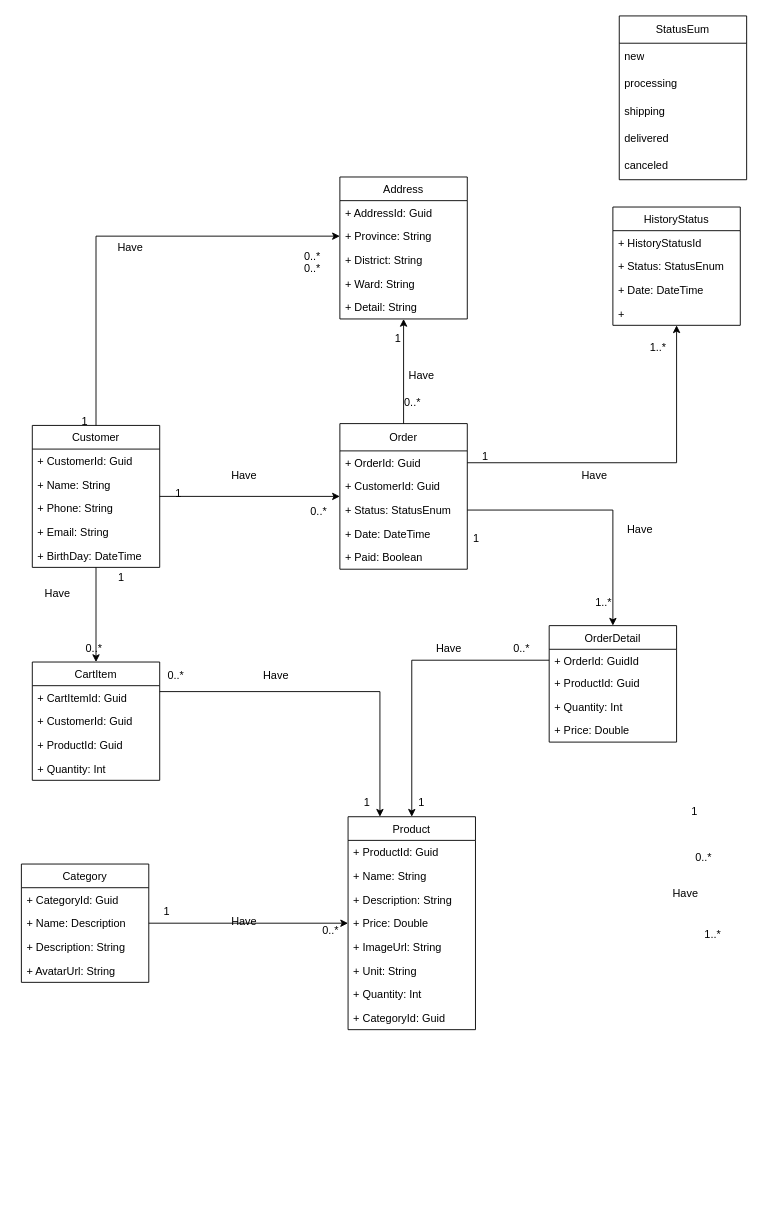
This is ClassDiagram.drawio from cuongcamauit/LandP, a draw.io file, before an edit. Source tidied: cells renumbered, new cells numbered last; positions are measured from the earlier drawing's top-left corner, leaving out a move shared by most shapes. Both pictures are drawn from the tidied source at 91%, with x=0, y=0 at pixel (21, 15).
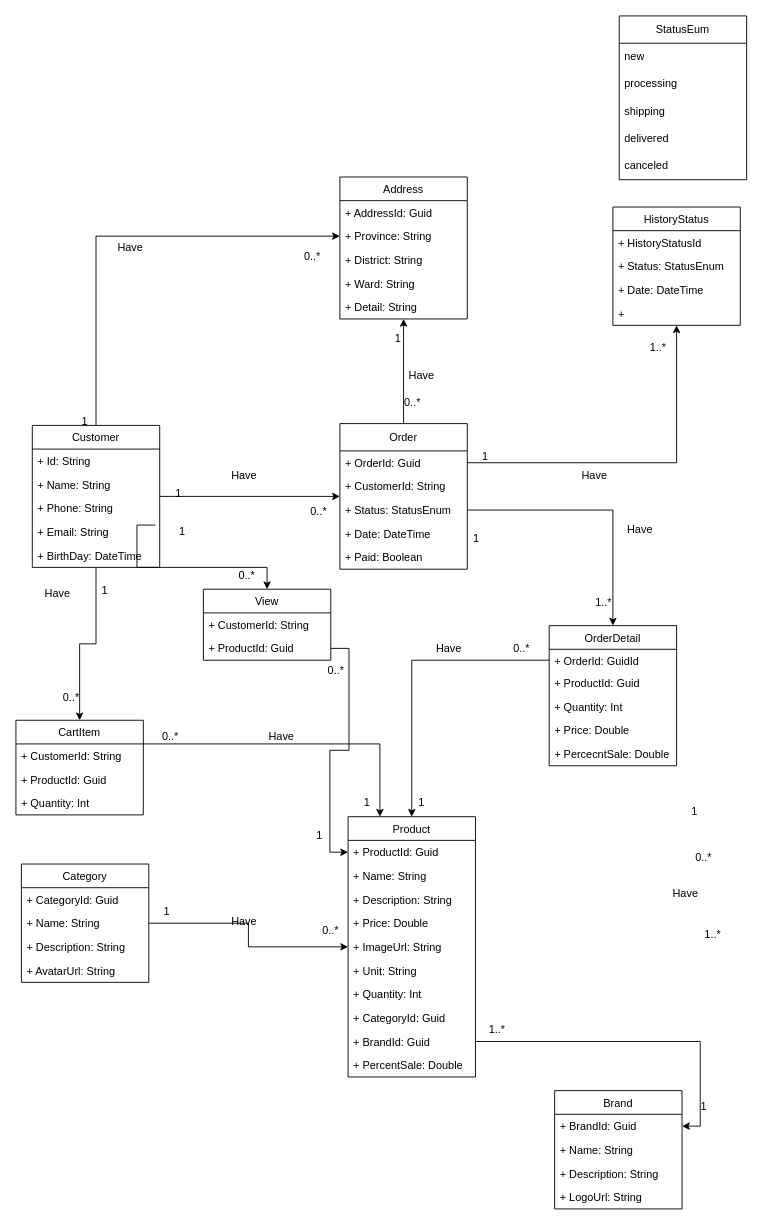
The same diagram, later.

Unchanged cells that the change refers to:
```xml
<mxCell id="2" value="Category" style="swimlane;fontStyle=0;horizontal=1;startSize=26;fillColor=none;" parent="1" vertex="1">
  <mxGeometry y="932" width="140" height="130" as="geometry" />
</mxCell>
<mxCell id="20" value="Order" style="swimlane;fontStyle=0;horizontal=1;startSize=30;fillColor=none;" parent="1" vertex="1">
  <mxGeometry x="350" y="448" width="140" height="160" as="geometry" />
</mxCell>
<mxCell id="52" style="group;" parent="1" vertex="1">
  <mxGeometry x="40" y="263" width="310" height="343" as="geometry" />
</mxCell>
<mxCell id="55" value="Customer" style="swimlane;fontStyle=0;horizontal=1;startSize=26;fillColor=none;" parent="52" vertex="1">
  <mxGeometry x="-28" y="187" width="140" height="156" as="geometry" />
</mxCell>
<mxCell id="77" style="group;" parent="1" vertex="1">
  <mxGeometry x="410" y="680" width="170" height="382" as="geometry" />
</mxCell>
<mxCell id="81" value="+ ProductId: Guid" style="text;strokeColor=none;fillColor=none;align=left;verticalAlign=top;spacingLeft=4;spacingRight=4;overflow=hidden;points=[[0,0.5],[1,0.5]];portConstraint=eastwest;" parent="80" vertex="1">
  <mxGeometry y="26" width="140" height="26" as="geometry" />
</mxCell>
```

The edit, as a diff of the source:
```diff
@@
-    <mxCell id="4" value="+ Name: Description" style="text;strokeColor=none;fillColor=none;align=left;verticalAlign=top;spacingLeft=4;spacingRight=4;overflow=hidden;" parent="2" vertex="1">
+    <mxCell id="4" value="+ Name: String" style="text;strokeColor=none;fillColor=none;align=left;verticalAlign=top;spacingLeft=4;spacingRight=4;overflow=hidden;" parent="2" vertex="1">
       <mxGeometry y="52" width="140" height="26" as="geometry" />
     </mxCell>
@@
     <mxCell id="8" value="CartItem" style="swimlane;fontStyle=0;horizontal=1;startSize=26;fillColor=none;" parent="1" vertex="1">
-      <mxGeometry x="12" y="710" width="140" height="130" as="geometry" />
+      <mxGeometry x="-6" y="774" width="140" height="104" as="geometry" />
     </mxCell>
-    <mxCell id="9" value="+ CartItemId: Guid" style="text;strokeColor=none;fillColor=none;align=left;verticalAlign=top;spacingLeft=4;spacingRight=4;overflow=hidden;" parent="8" vertex="1">
-      <mxGeometry y="26" width="140" height="26" as="geometry" />
-    </mxCell>
-    <mxCell id="10" value="+ CustomerId: Guid" style="text;strokeColor=none;fillColor=none;align=left;verticalAlign=top;spacingLeft=4;spacingRight=4;overflow=hidden;" parent="8" vertex="1">
-      <mxGeometry y="52" width="140" height="26" as="geometry" />
+    <mxCell id="10" value="+ CustomerId: String" style="text;strokeColor=none;fillColor=none;align=left;verticalAlign=top;spacingLeft=4;spacingRight=4;overflow=hidden;" parent="8" vertex="1">
+      <mxGeometry y="26" width="140" height="26" as="geometry" />
     </mxCell>
     <mxCell id="11" value="+ ProductId: Guid" style="text;strokeColor=none;fillColor=none;align=left;verticalAlign=top;spacingLeft=4;spacingRight=4;overflow=hidden;" parent="8" vertex="1">
-      <mxGeometry y="78" width="140" height="26" as="geometry" />
+      <mxGeometry y="52" width="140" height="26" as="geometry" />
     </mxCell>
     <mxCell id="12" value="+ Quantity: Int" style="text;strokeColor=none;fillColor=none;align=left;verticalAlign=top;spacingLeft=4;spacingRight=4;overflow=hidden;" parent="8" vertex="1">
-      <mxGeometry y="104" width="140" height="26" as="geometry" />
+      <mxGeometry y="78" width="140" height="26" as="geometry" />
     </mxCell>
@@
-    <mxCell id="22" value="+ CustomerId: Guid" style="text;strokeColor=none;fillColor=none;align=left;verticalAlign=top;spacingLeft=4;spacingRight=4;overflow=hidden;" parent="20" vertex="1">
+    <mxCell id="22" value="+ CustomerId: String" style="text;strokeColor=none;fillColor=none;align=left;verticalAlign=top;spacingLeft=4;spacingRight=4;overflow=hidden;" parent="20" vertex="1">
       <mxGeometry y="56" width="140" height="26" as="geometry" />
     </mxCell>
@@
     <mxCell id="26" value="OrderDetail" style="swimlane;fontStyle=0;horizontal=1;startSize=26;fillColor=none;" parent="1" vertex="1">
-      <mxGeometry x="580" y="670" width="140" height="128" as="geometry" />
+      <mxGeometry x="580" y="670" width="140" height="154" as="geometry" />
     </mxCell>
@@
+    <mxCell id="104" value="+ PercecntSale: Double" style="text;strokeColor=none;fillColor=none;align=left;verticalAlign=top;spacingLeft=4;spacingRight=4;overflow=hidden;" parent="26" vertex="1">
+      <mxGeometry y="128" width="140" height="26" as="geometry" />
+    </mxCell>
@@
     <mxCell id="36" value="0..*" style="text;html=1;strokeColor=none;fillColor=none;align=center;verticalAlign=middle;whiteSpace=wrap;rounded=0;" parent="1" vertex="1">
-      <mxGeometry x="140" y="710" width="60" height="30" as="geometry" />
+      <mxGeometry x="134" y="777" width="60" height="30" as="geometry" />
     </mxCell>
@@
     <mxCell id="46" style="group;" parent="1" vertex="1">
-      <mxGeometry x="50" y="602" width="90" height="108" as="geometry" />
+      <mxGeometry x="18" y="609" width="111" height="163" as="geometry" />
     </mxCell>
     <mxCell id="47" value="1" style="text;html=1;strokeColor=none;fillColor=none;align=center;verticalAlign=middle;whiteSpace=wrap;rounded=0;" parent="46" vertex="1">
-      <mxGeometry x="30" width="60" height="30" as="geometry" />
+      <mxGeometry x="37" width="74" height="45.3" as="geometry" />
     </mxCell>
     <mxCell id="48" value="0..*" style="text;html=1;strokeColor=none;fillColor=none;align=center;verticalAlign=middle;whiteSpace=wrap;rounded=0;" parent="46" vertex="1">
-      <mxGeometry y="78" width="60" height="30" as="geometry" />
+      <mxGeometry y="117.7" width="74" height="45.3" as="geometry" />
     </mxCell>
@@
-    <mxCell id="54" value="0..*" style="text;html=1;strokeColor=none;fillColor=none;align=center;verticalAlign=middle;whiteSpace=wrap;rounded=0;" parent="52" vertex="1">
-      <mxGeometry x="250" width="60" height="30" as="geometry" />
-    </mxCell>
@@
-    <mxCell id="56" value="+ CustomerId: Guid" style="text;strokeColor=none;fillColor=none;align=left;verticalAlign=top;spacingLeft=4;spacingRight=4;overflow=hidden;" parent="55" vertex="1">
+    <mxCell id="56" value="+ Id: String" style="text;strokeColor=none;fillColor=none;align=left;verticalAlign=top;spacingLeft=4;spacingRight=4;overflow=hidden;" parent="55" vertex="1">
       <mxGeometry y="26" width="140" height="26" as="geometry" />
     </mxCell>
@@
+    <mxCell id="105" value="1" style="text;html=1;strokeColor=none;fillColor=none;align=center;verticalAlign=middle;whiteSpace=wrap;rounded=0;" parent="52" vertex="1">
+      <mxGeometry x="107" y="289" width="60" height="30" as="geometry" />
+    </mxCell>
@@
     <mxCell id="75" value="Have" style="text;html=1;strokeColor=none;fillColor=none;align=center;verticalAlign=middle;whiteSpace=wrap;rounded=0;" parent="1" vertex="1">
-      <mxGeometry x="250" y="710" width="60" height="30" as="geometry" />
+      <mxGeometry x="256" y="777" width="60" height="30" as="geometry" />
     </mxCell>
@@
     <mxCell id="80" value="Product" style="swimlane;fontStyle=0;horizontal=1;startSize=26;fillColor=none;" parent="77" vertex="1">
-      <mxGeometry x="-51" y="200" width="140" height="234" as="geometry" />
+      <mxGeometry x="-51" y="200" width="140" height="286" as="geometry" />
     </mxCell>
@@
+    <mxCell id="106" value="+ BrandId: Guid" style="text;strokeColor=none;fillColor=none;align=left;verticalAlign=top;spacingLeft=4;spacingRight=4;overflow=hidden;points=[[0,0.5],[1,0.5]];portConstraint=eastwest;" parent="80" vertex="1">
+      <mxGeometry y="234" width="140" height="26" as="geometry" />
+    </mxCell>
+    <mxCell id="107" value="+ PercentSale: Double" style="text;strokeColor=none;fillColor=none;align=left;verticalAlign=top;spacingLeft=4;spacingRight=4;overflow=hidden;" parent="80" vertex="1">
+      <mxGeometry y="260" width="140" height="26" as="geometry" />
+    </mxCell>
@@
+    <mxCell id="108" value="View" style="swimlane;fontStyle=0;horizontal=1;startSize=26;fillColor=none;" parent="1" vertex="1">
+      <mxGeometry x="200" y="630" width="140" height="78" as="geometry" />
+    </mxCell>
+    <mxCell id="109" value="+ CustomerId: String" style="text;strokeColor=none;fillColor=none;align=left;verticalAlign=top;spacingLeft=4;spacingRight=4;overflow=hidden;" parent="108" vertex="1">
+      <mxGeometry y="26" width="140" height="26" as="geometry" />
+    </mxCell>
+    <mxCell id="110" value="+ ProductId: Guid" style="text;strokeColor=none;fillColor=none;align=left;verticalAlign=top;spacingLeft=4;spacingRight=4;overflow=hidden;points=[[0,0.5],[1,0.5]];portConstraint=eastwest;" parent="108" vertex="1">
+      <mxGeometry y="52" width="140" height="26" as="geometry" />
+    </mxCell>
+    <mxCell id="111" style="edgeStyle=orthogonalEdgeStyle;rounded=0;jettySize=auto;html=1;exitX=1;exitY=0.5;exitDx=0;exitDy=0;entryX=0;entryY=0.5;entryDx=0;entryDy=0;" parent="1" edge="1" source="110" target="81">
+      <mxGeometry relative="1" as="geometry" />
+    </mxCell>
+    <mxCell id="112" value="Brand" style="swimlane;fontStyle=0;horizontal=1;startSize=26;fillColor=none;" parent="1" vertex="1">
+      <mxGeometry x="586" y="1181" width="140" height="130" as="geometry" />
+    </mxCell>
+    <mxCell id="113" value="+ BrandId: Guid" style="text;strokeColor=none;fillColor=none;align=left;verticalAlign=top;spacingLeft=4;spacingRight=4;overflow=hidden;points=[[0,0.5],[1,0.5]];portConstraint=eastwest;" parent="112" vertex="1">
+      <mxGeometry y="26" width="140" height="26" as="geometry" />
+    </mxCell>
+    <mxCell id="114" value="+ Name: String" style="text;strokeColor=none;fillColor=none;align=left;verticalAlign=top;spacingLeft=4;spacingRight=4;overflow=hidden;" parent="112" vertex="1">
+      <mxGeometry y="52" width="140" height="26" as="geometry" />
+    </mxCell>
+    <mxCell id="115" value="+ Description: String" style="text;strokeColor=none;fillColor=none;align=left;verticalAlign=top;spacingLeft=4;spacingRight=4;overflow=hidden;" parent="112" vertex="1">
+      <mxGeometry y="78" width="140" height="26" as="geometry" />
+    </mxCell>
+    <mxCell id="116" value="+ LogoUrl: String" style="text;strokeColor=none;fillColor=none;align=left;verticalAlign=top;spacingLeft=4;spacingRight=4;overflow=hidden;" parent="112" vertex="1">
+      <mxGeometry y="104" width="140" height="26" as="geometry" />
+    </mxCell>
+    <mxCell id="117" style="edgeStyle=orthogonalEdgeStyle;rounded=0;jettySize=auto;html=1;exitX=1;exitY=0.5;exitDx=0;exitDy=0;entryX=1;entryY=0.5;entryDx=0;entryDy=0;" parent="1" edge="1" source="106" target="113">
+      <mxGeometry relative="1" as="geometry" />
+    </mxCell>
+    <mxCell id="118" value="1" style="text;html=1;strokeColor=none;fillColor=none;align=center;verticalAlign=middle;whiteSpace=wrap;rounded=0;" parent="1" vertex="1">
+      <mxGeometry x="298" y="886" width="60" height="30" as="geometry" />
+    </mxCell>
+    <mxCell id="119" value="0..*" style="text;html=1;strokeColor=none;fillColor=none;align=center;verticalAlign=middle;whiteSpace=wrap;rounded=0;" parent="1" vertex="1">
+      <mxGeometry x="218" y="600" width="60" height="30" as="geometry" />
+    </mxCell>
+    <mxCell id="120" style="edgeStyle=orthogonalEdgeStyle;rounded=0;jettySize=auto;html=1;exitX=0;exitY=0.25;exitDx=0;exitDy=0;" parent="1" edge="1" source="105" target="108">
+      <mxGeometry relative="1" as="geometry" />
+    </mxCell>
+    <mxCell id="121" value="0..*" style="text;html=1;strokeColor=none;fillColor=none;align=center;verticalAlign=middle;whiteSpace=wrap;rounded=0;" parent="1" vertex="1">
+      <mxGeometry x="316" y="705" width="60" height="30" as="geometry" />
+    </mxCell>
+    <mxCell id="122" value="1..*" style="text;html=1;strokeColor=none;fillColor=none;align=center;verticalAlign=middle;whiteSpace=wrap;rounded=0;" parent="1" vertex="1">
+      <mxGeometry x="493" y="1099" width="60" height="30" as="geometry" />
+    </mxCell>
+    <mxCell id="123" value="1" style="text;html=1;strokeColor=none;fillColor=none;align=center;verticalAlign=middle;whiteSpace=wrap;rounded=0;" parent="1" vertex="1">
+      <mxGeometry x="720" y="1184" width="60" height="30" as="geometry" />
+    </mxCell>
```
